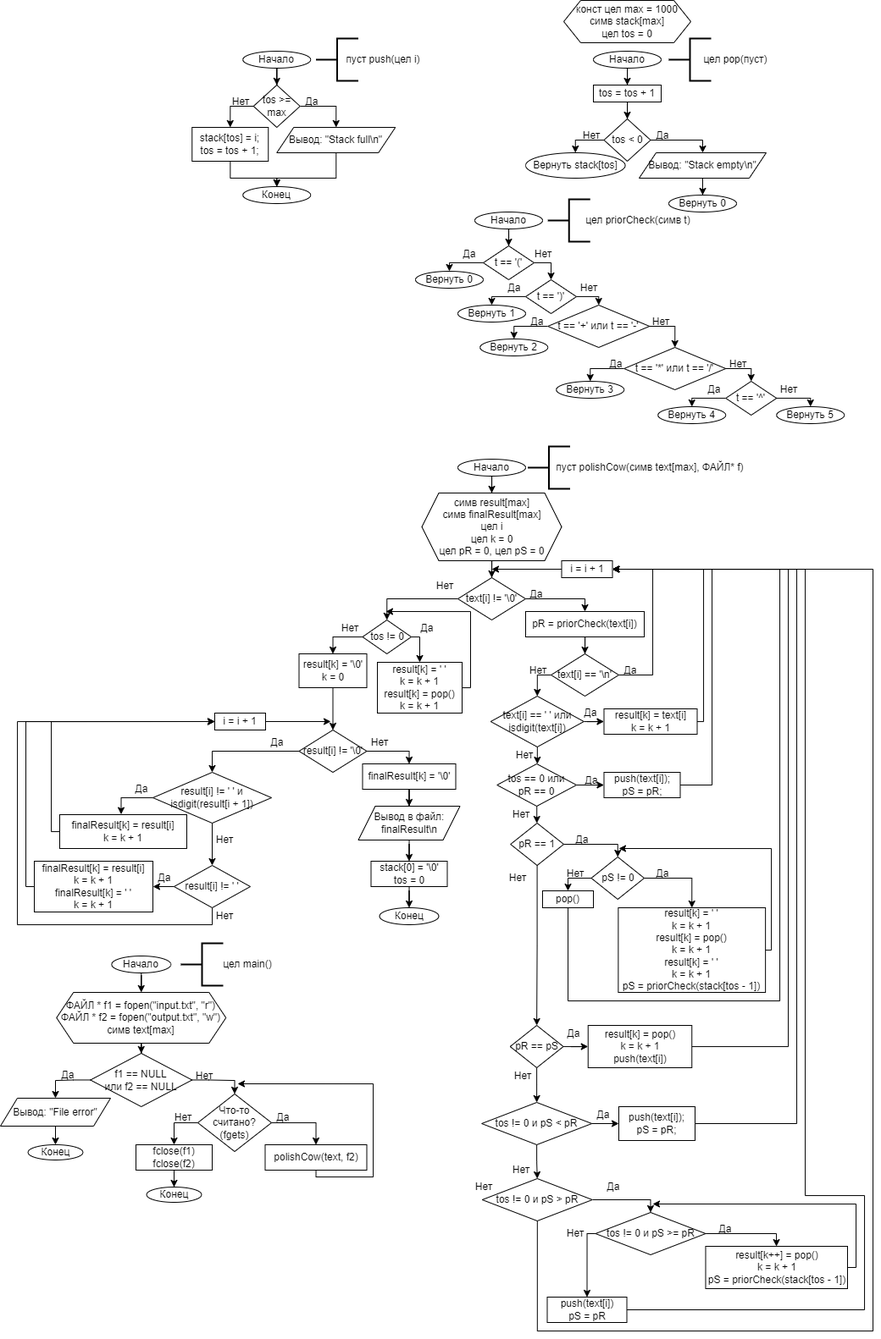
Above: polish cow/2 Лаба 2 семестр.png in sfeduKT2022/kuksa-laba-2-sem-2 (draw.io), before the change. Source tidied: cells renumbered, new cells last; positions are measured from the earlier drawing's top-left corner, leaving out a move shared by most shapes.
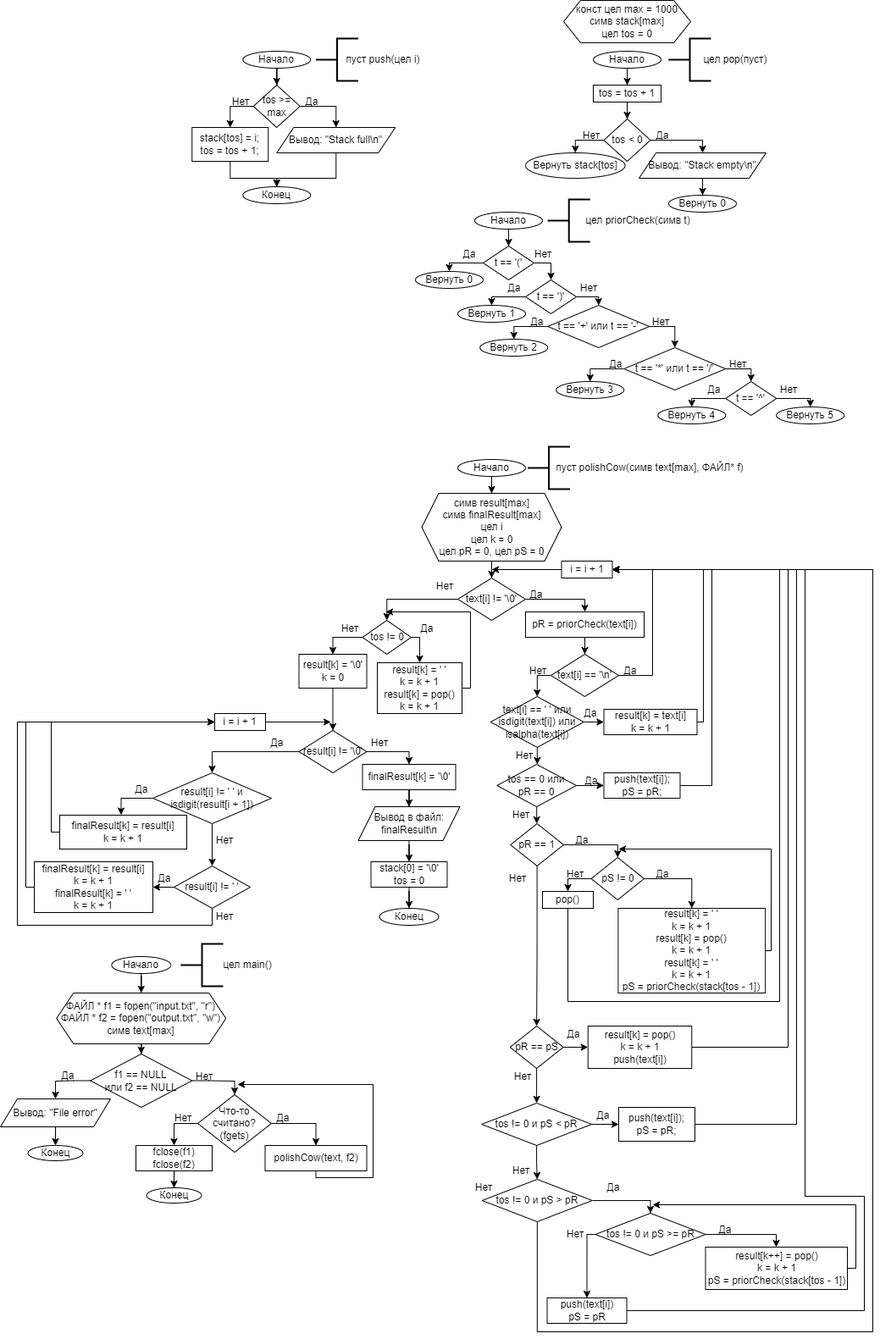
The same file after the commit.

Diff of the diagram source:
```diff
@@ -313,7 +313,7 @@
     <mxCell id="79" style="edgeStyle=orthogonalEdgeStyle;rounded=0;jettySize=auto;html=1;entryX=0.5;entryY=0;entryDx=0;entryDy=0;" parent="1" edge="1" source="80" target="86">
       <mxGeometry relative="1" as="geometry" />
     </mxCell>
-    <mxCell id="80" value="text[i] == ' ' или isdigit(text[i])" style="rhombus;whiteSpace=wrap;html=1;" parent="1" vertex="1">
+    <mxCell id="80" value="text[i] == ' ' или isdigit(text[i]) или isalpha(text[i])" style="rhombus;whiteSpace=wrap;html=1;" parent="1" vertex="1">
       <mxGeometry x="578.8" y="822" width="110" height="60" as="geometry" />
     </mxCell>
     <mxCell id="81" value="Нет" style="text;html=1;strokeColor=none;fillColor=none;align=center;verticalAlign=middle;whiteSpace=wrap;rounded=0;" parent="1" vertex="1">
```
